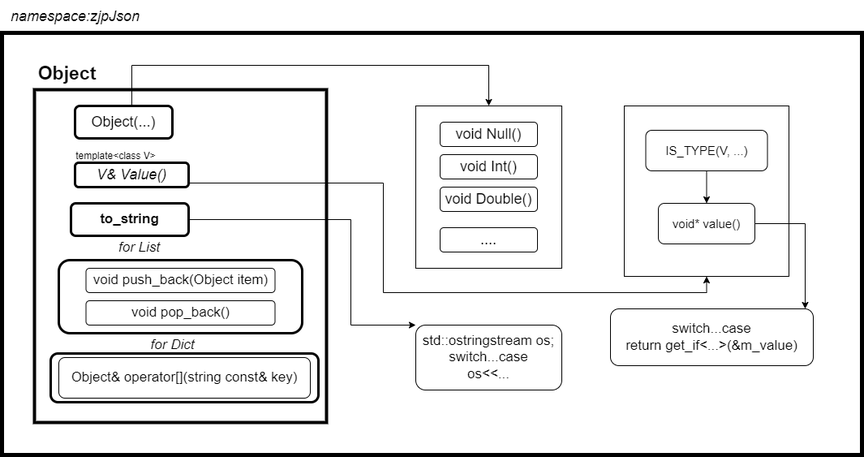
mo-xiaoxiu/imagefrommyblog keeps this draw.io diagram as data/Json__Object.drawio.png. Above is the earlier version. Source tidied: cells renumbered, new cells last; positions are measured from the earlier drawing's top-left corner, leaving out a move shared by most shapes.
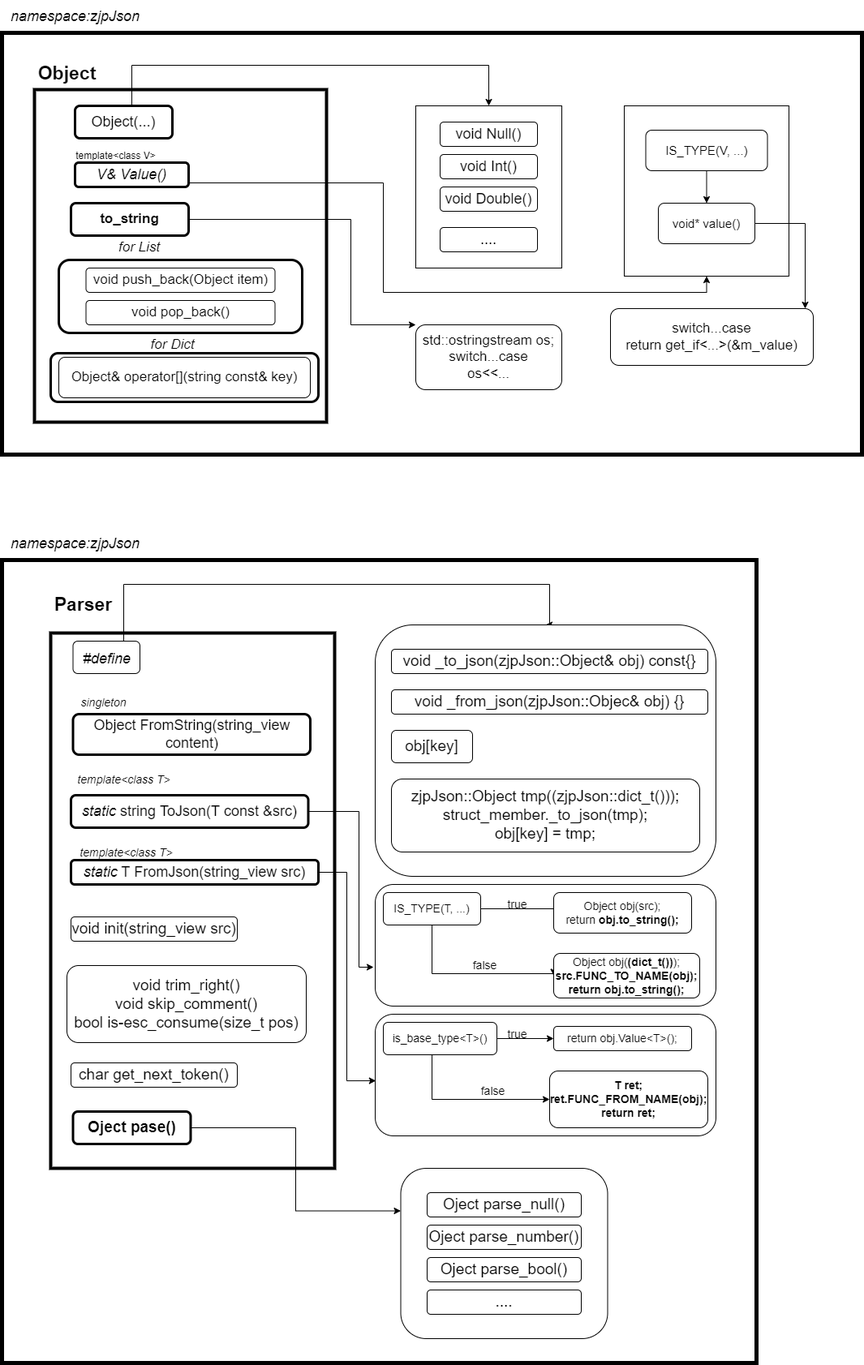
The same file after the commit.

Change to the diagram source:
```diff
@@ -112,5 +112,164 @@
     <mxCell id="31" value="Object&amp;amp; operator[](string const&amp;amp; key)" style="rounded=1;whiteSpace=wrap;html=1;fontSize=17;" parent="1" vertex="1">
       <mxGeometry x="70" y="440" width="310" height="50" as="geometry" />
     </mxCell>
+    <mxCell id="32" style="rounded=0;whiteSpace=wrap;html=1;strokeWidth=5;" parent="1" vertex="1">
+      <mxGeometry y="690" width="930" height="990" as="geometry" />
+    </mxCell>
+    <mxCell id="33" value="&lt;i&gt;&lt;font style=&quot;font-size: 18px;&quot;&gt;namespace:zjpJson&lt;/font&gt;&lt;/i&gt;" style="text;html=1;align=center;verticalAlign=middle;strokeColor=none;fillColor=none;" parent="1" vertex="1">
+      <mxGeometry y="650" width="180" height="40" as="geometry" />
+    </mxCell>
+    <mxCell id="34" value="&lt;b&gt;&lt;font style=&quot;font-size: 23px;&quot;&gt;Parser&lt;/font&gt;&lt;/b&gt;" style="text;html=1;align=center;verticalAlign=middle;strokeColor=none;fillColor=none;fontSize=18;" parent="1" vertex="1">
+      <mxGeometry x="50" y="725" width="100" height="40" as="geometry" />
+    </mxCell>
+    <mxCell id="35" style="rounded=0;whiteSpace=wrap;html=1;fontSize=18;strokeWidth=4;" parent="1" vertex="1">
+      <mxGeometry x="60" y="780" width="350" height="660" as="geometry" />
+    </mxCell>
+    <mxCell id="36" style="edgeStyle=orthogonalEdgeStyle;rounded=0;jettySize=auto;html=1;entryX=0.5;entryY=0;entryDx=0;entryDy=0;fontSize=18;" parent="1" edge="1" source="37" target="38">
+      <mxGeometry relative="1" as="geometry">
+        <Array as="points">
+          <mxPoint x="150" y="720" />
+          <mxPoint x="675" y="720" />
+        </Array>
+      </mxGeometry>
+    </mxCell>
+    <mxCell id="37" value="&lt;font style=&quot;font-size: 18px;&quot;&gt;&lt;i&gt;#define&lt;/i&gt;&lt;/font&gt;" style="rounded=1;whiteSpace=wrap;html=1;fontSize=23;strokeWidth=1;" parent="1" vertex="1">
+      <mxGeometry x="87.5" y="790" width="82.5" height="40" as="geometry" />
+    </mxCell>
+    <mxCell id="38" style="rounded=1;whiteSpace=wrap;html=1;fontSize=18;strokeWidth=1;" parent="1" vertex="1">
+      <mxGeometry x="460" y="770" width="420" height="310" as="geometry" />
+    </mxCell>
+    <mxCell id="39" value="void _to_json(zjpJson::Object&amp;amp; obj) const{}" style="rounded=1;whiteSpace=wrap;html=1;fontSize=19;strokeWidth=1;" parent="1" vertex="1">
+      <mxGeometry x="480" y="800" width="390" height="30" as="geometry" />
+    </mxCell>
+    <mxCell id="40" value="void _from_json(zjpJson::Objec&amp;amp; obj) {}" style="rounded=1;whiteSpace=wrap;html=1;fontSize=19;strokeWidth=1;" parent="1" vertex="1">
+      <mxGeometry x="480" y="850" width="390" height="30" as="geometry" />
+    </mxCell>
+    <mxCell id="41" value="obj[key]" style="rounded=1;whiteSpace=wrap;html=1;fontSize=19;strokeWidth=1;" parent="1" vertex="1">
+      <mxGeometry x="480" y="900" width="100" height="40" as="geometry" />
+    </mxCell>
+    <mxCell id="42" value="zjpJson::Object tmp((zjpJson::dict_t()));&lt;br&gt;struct_member._to_json(tmp);&lt;br&gt;obj[key] = tmp;" style="rounded=1;whiteSpace=wrap;html=1;fontSize=19;strokeWidth=1;" parent="1" vertex="1">
+      <mxGeometry x="480" y="960" width="380" height="90" as="geometry" />
+    </mxCell>
+    <mxCell id="43" value="Object FromString(string_view content)" style="rounded=1;whiteSpace=wrap;html=1;fontSize=18;strokeWidth=3;" parent="1" vertex="1">
+      <mxGeometry x="87.5" y="880" width="292.5" height="50" as="geometry" />
+    </mxCell>
+    <mxCell id="44" value="&lt;i style=&quot;&quot;&gt;&lt;font style=&quot;font-size: 14px;&quot;&gt;singleton&lt;/font&gt;&lt;/i&gt;" style="text;html=1;align=center;verticalAlign=middle;strokeColor=none;fillColor=none;fontSize=18;" parent="1" vertex="1">
+      <mxGeometry x="85" y="845" width="80" height="40" as="geometry" />
+    </mxCell>
+    <mxCell id="45" value="&lt;i style=&quot;&quot;&gt;&lt;font style=&quot;font-size: 14px;&quot;&gt;template&amp;lt;class T&amp;gt;&lt;/font&gt;&lt;/i&gt;" style="text;html=1;align=center;verticalAlign=middle;strokeColor=none;fillColor=none;fontSize=18;" parent="1" vertex="1">
+      <mxGeometry x="80" y="940" width="140" height="40" as="geometry" />
+    </mxCell>
+    <mxCell id="46" style="edgeStyle=orthogonalEdgeStyle;rounded=0;jettySize=auto;html=1;fontSize=14;" parent="1" edge="1" source="47">
+      <mxGeometry relative="1" as="geometry">
+        <mxPoint x="458" y="1192" as="targetPoint" />
+        <Array as="points">
+          <mxPoint x="440" y="1000" />
+          <mxPoint x="440" y="1192" />
+        </Array>
+      </mxGeometry>
+    </mxCell>
+    <mxCell id="47" value="&lt;i&gt;static&lt;/i&gt; string ToJson(T const &amp;amp;src)" style="rounded=1;whiteSpace=wrap;html=1;fontSize=18;strokeWidth=3;" parent="1" vertex="1">
+      <mxGeometry x="85" y="980" width="292.5" height="40" as="geometry" />
+    </mxCell>
+    <mxCell id="48" style="rounded=1;whiteSpace=wrap;html=1;fontSize=14;strokeWidth=1;" parent="1" vertex="1">
+      <mxGeometry x="460" y="1090" width="420" height="150" as="geometry" />
+    </mxCell>
+    <mxCell id="49" style="edgeStyle=orthogonalEdgeStyle;rounded=0;jettySize=auto;html=1;entryX=0;entryY=0.5;entryDx=0;entryDy=0;fontSize=14;" parent="1" edge="1" source="51" target="52">
+      <mxGeometry relative="1" as="geometry">
+        <Array as="points">
+          <mxPoint x="719" y="1120" />
+          <mxPoint x="719" y="1125" />
+        </Array>
+      </mxGeometry>
+    </mxCell>
+    <mxCell id="50" style="edgeStyle=orthogonalEdgeStyle;rounded=0;jettySize=auto;html=1;entryX=0;entryY=0.5;entryDx=0;entryDy=0;fontSize=14;" parent="1" edge="1" source="51" target="54">
+      <mxGeometry relative="1" as="geometry">
+        <Array as="points">
+          <mxPoint x="530" y="1200" />
+        </Array>
+      </mxGeometry>
+    </mxCell>
+    <mxCell id="51" value="IS_TYPE(T, ...)" style="rounded=1;whiteSpace=wrap;html=1;fontSize=14;strokeWidth=1;" parent="1" vertex="1">
+      <mxGeometry x="470" y="1100" width="120" height="40" as="geometry" />
+    </mxCell>
+    <mxCell id="52" value="Object obj(src);&lt;br&gt;return &lt;b&gt;obj.to_string();&lt;/b&gt;" style="rounded=1;whiteSpace=wrap;html=1;fontSize=14;strokeWidth=1;" parent="1" vertex="1">
+      <mxGeometry x="680" y="1100" width="170" height="50" as="geometry" />
+    </mxCell>
+    <mxCell id="53" value="true" style="text;html=1;align=center;verticalAlign=middle;strokeColor=none;fillColor=none;fontSize=14;" parent="1" vertex="1">
+      <mxGeometry x="610" y="1100" width="50" height="30" as="geometry" />
+    </mxCell>
+    <mxCell id="54" value="Object obj(&lt;b&gt;(dict_t())&lt;/b&gt;);&lt;br&gt;&lt;b&gt;src.FUNC_TO_NAME(obj);&lt;br&gt;return obj.to_string();&lt;br&gt;&lt;/b&gt;" style="rounded=1;whiteSpace=wrap;html=1;fontSize=14;strokeWidth=1;" parent="1" vertex="1">
+      <mxGeometry x="680" y="1175" width="180" height="55" as="geometry" />
+    </mxCell>
+    <mxCell id="55" value="false" style="text;html=1;align=center;verticalAlign=middle;strokeColor=none;fillColor=none;fontSize=14;" parent="1" vertex="1">
+      <mxGeometry x="570" y="1175" width="50" height="30" as="geometry" />
+    </mxCell>
+    <mxCell id="56" value="&lt;i style=&quot;&quot;&gt;&lt;font style=&quot;font-size: 14px;&quot;&gt;template&amp;lt;class T&amp;gt;&lt;/font&gt;&lt;/i&gt;" style="text;html=1;align=center;verticalAlign=middle;strokeColor=none;fillColor=none;fontSize=18;" parent="1" vertex="1">
+      <mxGeometry x="82.5" y="1030" width="140" height="40" as="geometry" />
+    </mxCell>
+    <mxCell id="57" style="edgeStyle=orthogonalEdgeStyle;rounded=0;jettySize=auto;html=1;entryX=0.002;entryY=0.547;entryDx=0;entryDy=0;entryPerimeter=0;fontSize=14;" parent="1" edge="1" source="58" target="59">
+      <mxGeometry relative="1" as="geometry" />
+    </mxCell>
+    <mxCell id="58" value="&lt;i&gt;static&lt;/i&gt;&amp;nbsp;T FromJson(string_view src)" style="rounded=1;whiteSpace=wrap;html=1;fontSize=18;strokeWidth=3;" parent="1" vertex="1">
+      <mxGeometry x="85" y="1060" width="305" height="30" as="geometry" />
+    </mxCell>
+    <mxCell id="59" style="rounded=1;whiteSpace=wrap;html=1;fontSize=14;strokeWidth=1;" parent="1" vertex="1">
+      <mxGeometry x="460" y="1250" width="420" height="150" as="geometry" />
+    </mxCell>
+    <mxCell id="60" style="edgeStyle=orthogonalEdgeStyle;rounded=0;jettySize=auto;html=1;fontSize=14;" parent="1" edge="1" source="62" target="63">
+      <mxGeometry relative="1" as="geometry" />
+    </mxCell>
+    <mxCell id="61" style="edgeStyle=orthogonalEdgeStyle;rounded=0;jettySize=auto;html=1;entryX=0;entryY=0.5;entryDx=0;entryDy=0;fontSize=14;" parent="1" edge="1" source="62" target="65">
+      <mxGeometry relative="1" as="geometry">
+        <Array as="points">
+          <mxPoint x="530" y="1355" />
+        </Array>
+      </mxGeometry>
+    </mxCell>
+    <mxCell id="62" value="is_base_type&amp;lt;T&amp;gt;()" style="rounded=1;whiteSpace=wrap;html=1;fontSize=14;strokeWidth=1;" parent="1" vertex="1">
+      <mxGeometry x="470" y="1260" width="140" height="40" as="geometry" />
+    </mxCell>
+    <mxCell id="63" value="return obj.Value&amp;lt;T&amp;gt;();" style="rounded=1;whiteSpace=wrap;html=1;fontSize=14;strokeWidth=1;" parent="1" vertex="1">
+      <mxGeometry x="680" y="1265" width="170" height="30" as="geometry" />
+    </mxCell>
+    <mxCell id="64" value="true" style="text;html=1;align=center;verticalAlign=middle;strokeColor=none;fillColor=none;fontSize=14;" parent="1" vertex="1">
+      <mxGeometry x="610" y="1260" width="50" height="30" as="geometry" />
+    </mxCell>
+    <mxCell id="65" value="&lt;b&gt;T ret;&lt;br&gt;ret.FUNC_FROM_NAME(obj);&lt;br&gt;return ret;&lt;br&gt;&lt;/b&gt;" style="rounded=1;whiteSpace=wrap;html=1;fontSize=14;strokeWidth=1;" parent="1" vertex="1">
+      <mxGeometry x="675" y="1320" width="195" height="70" as="geometry" />
+    </mxCell>
+    <mxCell id="66" value="false" style="text;html=1;align=center;verticalAlign=middle;strokeColor=none;fillColor=none;fontSize=14;" parent="1" vertex="1">
+      <mxGeometry x="580" y="1330" width="50" height="30" as="geometry" />
+    </mxCell>
+    <mxCell id="67" value="&lt;font style=&quot;font-size: 19px;&quot;&gt;void init(string_view src)&lt;/font&gt;" style="rounded=1;whiteSpace=wrap;html=1;fontSize=14;strokeWidth=1;" parent="1" vertex="1">
+      <mxGeometry x="85" y="1130" width="205" height="30" as="geometry" />
+    </mxCell>
+    <mxCell id="68" value="&lt;font style=&quot;font-size: 19px;&quot;&gt;void trim_right()&lt;br&gt;void skip_comment()&lt;br&gt;bool is-esc_consume(size_t pos)&lt;br&gt;&lt;/font&gt;" style="rounded=1;whiteSpace=wrap;html=1;fontSize=14;strokeWidth=1;" parent="1" vertex="1">
+      <mxGeometry x="80" y="1190" width="295" height="95" as="geometry" />
+    </mxCell>
+    <mxCell id="69" value="&lt;font style=&quot;font-size: 19px;&quot;&gt;char get_next_token()&lt;/font&gt;" style="rounded=1;whiteSpace=wrap;html=1;fontSize=14;strokeWidth=1;" parent="1" vertex="1">
+      <mxGeometry x="85" y="1310" width="205" height="30" as="geometry" />
+    </mxCell>
+    <mxCell id="70" style="edgeStyle=orthogonalEdgeStyle;rounded=0;jettySize=auto;html=1;entryX=0;entryY=0.25;entryDx=0;entryDy=0;fontSize=19;" parent="1" edge="1" source="71" target="72">
+      <mxGeometry relative="1" as="geometry" />
+    </mxCell>
+    <mxCell id="71" value="&lt;font style=&quot;font-size: 19px;&quot;&gt;&lt;b&gt;Oject pase()&lt;/b&gt;&lt;/font&gt;" style="rounded=1;whiteSpace=wrap;html=1;fontSize=14;strokeWidth=3;" parent="1" vertex="1">
+      <mxGeometry x="87.5" y="1370" width="145" height="40" as="geometry" />
+    </mxCell>
+    <mxCell id="72" style="rounded=1;whiteSpace=wrap;html=1;fontSize=19;strokeWidth=1;" parent="1" vertex="1">
+      <mxGeometry x="491.5" y="1440" width="255" height="210" as="geometry" />
+    </mxCell>
+    <mxCell id="73" value="Oject parse_null()" style="rounded=1;whiteSpace=wrap;html=1;fontSize=19;strokeWidth=1;" parent="1" vertex="1">
+      <mxGeometry x="524" y="1470" width="190" height="30" as="geometry" />
+    </mxCell>
+    <mxCell id="74" value="Oject parse_number()" style="rounded=1;whiteSpace=wrap;html=1;fontSize=19;strokeWidth=1;" parent="1" vertex="1">
+      <mxGeometry x="524" y="1510" width="190" height="30" as="geometry" />
+    </mxCell>
+    <mxCell id="75" value="Oject parse_bool()" style="rounded=1;whiteSpace=wrap;html=1;fontSize=19;strokeWidth=1;" parent="1" vertex="1">
+      <mxGeometry x="524" y="1550" width="190" height="30" as="geometry" />
+    </mxCell>
+    <mxCell id="76" value="...." style="rounded=1;whiteSpace=wrap;html=1;fontSize=19;strokeWidth=1;" parent="1" vertex="1">
+      <mxGeometry x="524" y="1590" width="190" height="30" as="geometry" />
+    </mxCell>
   </root>
 </mxGraphModel>
```
